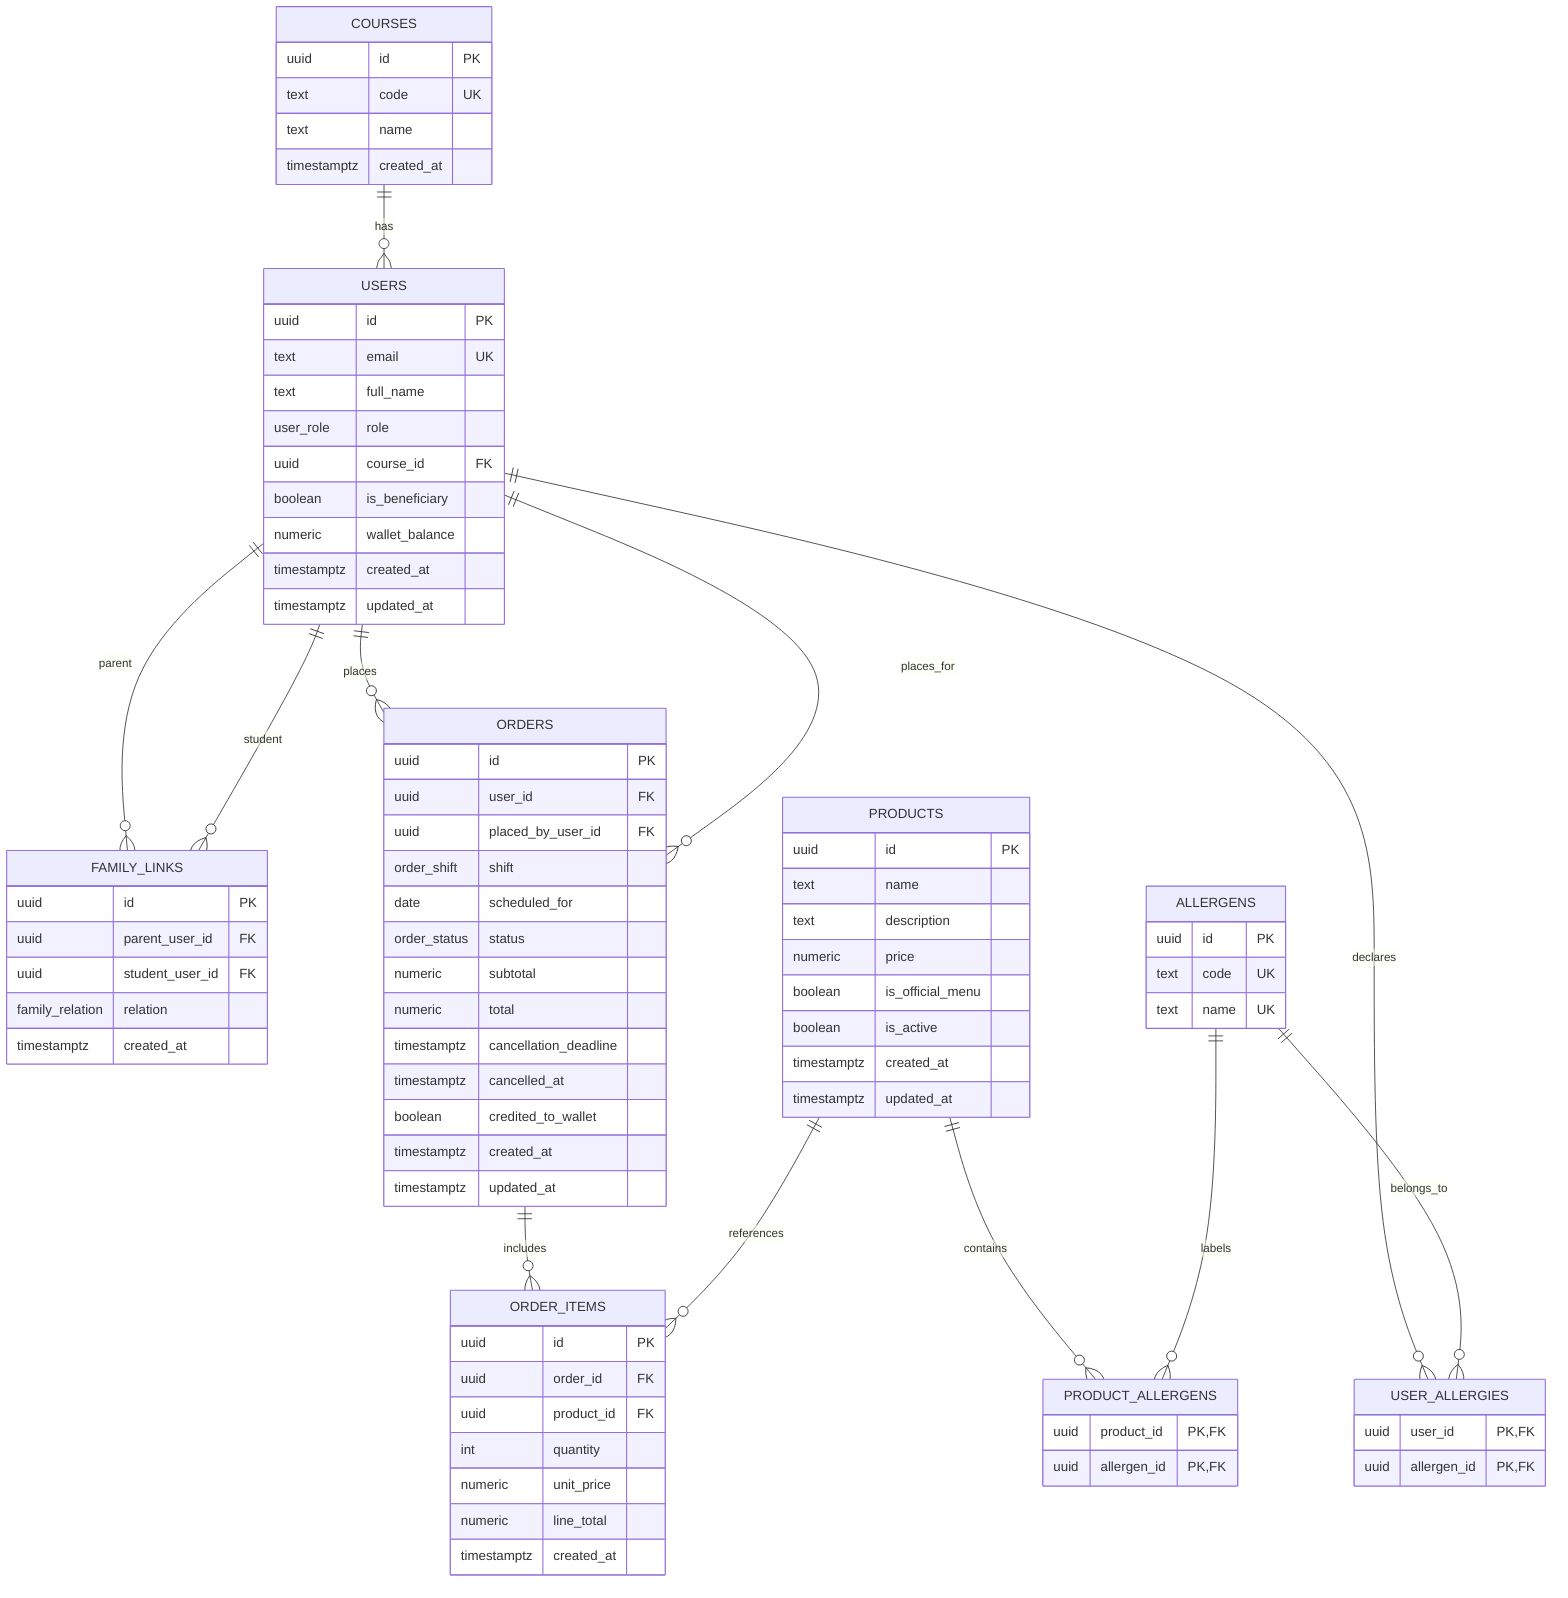
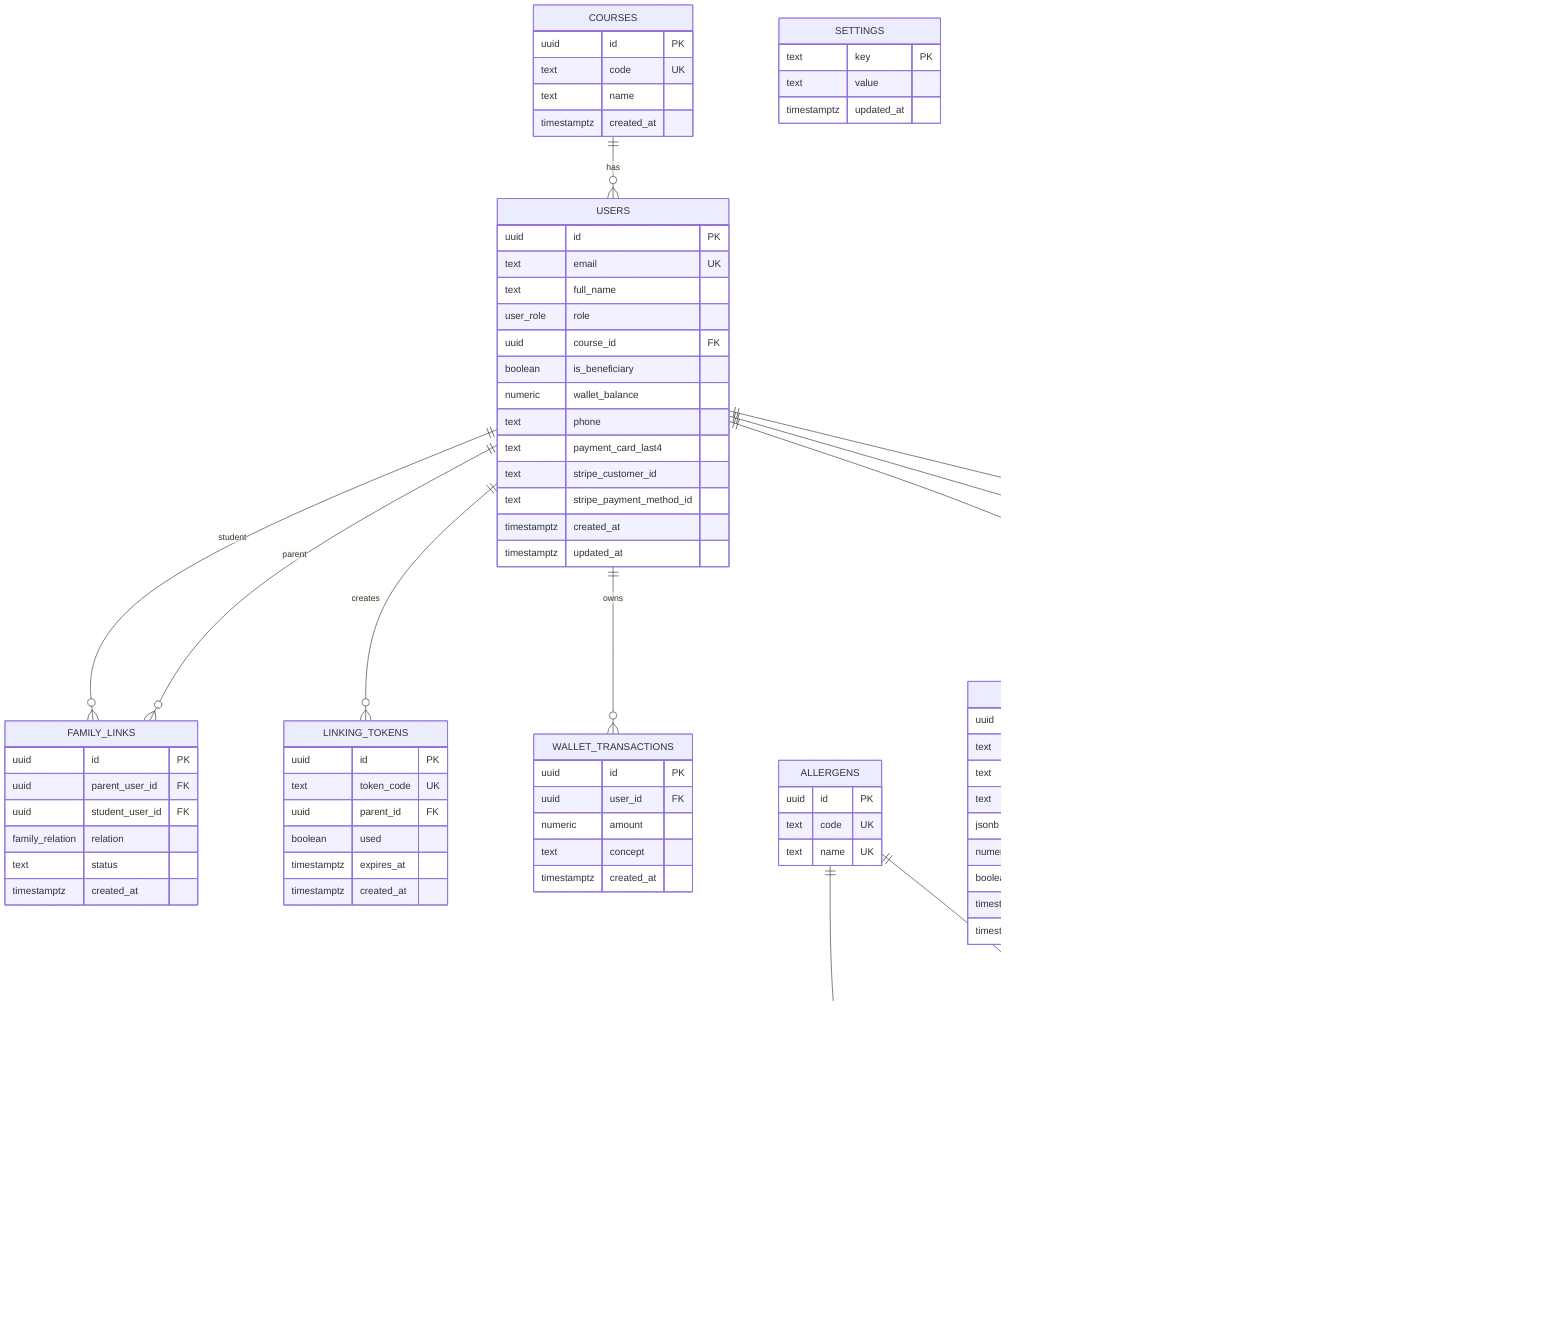
erDiagram
    COURSES ||--o{ USERS : has
    USERS ||--o{ FAMILY_LINKS : parent
    USERS ||--o{ FAMILY_LINKS : student
+     USERS ||--o{ LINKING_TOKENS : creates
+     USERS ||--o{ WALLET_TRANSACTIONS : owns
    USERS ||--o{ USER_ALLERGIES : declares
    ALLERGENS ||--o{ USER_ALLERGIES : belongs_to
    PRODUCTS ||--o{ PRODUCT_ALLERGENS : contains
    ALLERGENS ||--o{ PRODUCT_ALLERGENS : labels
-     USERS ||--o{ ORDERS : places
-     USERS ||--o{ ORDERS : places_for
+     USERS ||--o{ ORDERS : beneficiary
+     USERS ||--o{ ORDERS : placed_by
    ORDERS ||--o{ ORDER_ITEMS : includes
    PRODUCTS ||--o{ ORDER_ITEMS : references

    COURSES {
        uuid id PK
        text code UK
        text name
        timestamptz created_at
    }

    USERS {
        uuid id PK
        text email UK
        text full_name
        user_role role
        uuid course_id FK
        boolean is_beneficiary
        numeric wallet_balance
+         text phone
+         text payment_card_last4
+         text stripe_customer_id
+         text stripe_payment_method_id
        timestamptz created_at
        timestamptz updated_at
    }

    FAMILY_LINKS {
        uuid id PK
        uuid parent_user_id FK
        uuid student_user_id FK
        family_relation relation
+         text status
+         timestamptz created_at
+     }
+ 
+     LINKING_TOKENS {
+         uuid id PK
+         text token_code UK
+         uuid parent_id FK
+         boolean used
+         timestamptz expires_at
+         timestamptz created_at
+     }
+ 
+     WALLET_TRANSACTIONS {
+         uuid id PK
+         uuid user_id FK
+         numeric amount
+         text concept
        timestamptz created_at
    }

    PRODUCTS {
        uuid id PK
        text name
        text description
+         text image_url
+         jsonb product_info
        numeric price
-         boolean is_official_menu
        boolean is_active
        timestamptz created_at
        timestamptz updated_at
    }

    ALLERGENS {
        uuid id PK
        text code UK
        text name UK
    }

    PRODUCT_ALLERGENS {
        uuid product_id PK, FK
        uuid allergen_id PK, FK
    }

    USER_ALLERGIES {
        uuid user_id PK, FK
        uuid allergen_id PK, FK
    }

    ORDERS {
        uuid id PK
        uuid user_id FK
        uuid placed_by_user_id FK
        order_shift shift
        date scheduled_for
        order_status status
        numeric subtotal
        numeric total
        timestamptz cancellation_deadline
        timestamptz cancelled_at
        boolean credited_to_wallet
        timestamptz created_at
        timestamptz updated_at
    }

    ORDER_ITEMS {
        uuid id PK
        uuid order_id FK
        uuid product_id FK
        int quantity
        numeric unit_price
        numeric line_total
+         jsonb customization_json
+         text kitchen_note
        timestamptz created_at
    }
+ 
+     SETTINGS {
+         text key PK
+         text value
+         timestamptz updated_at
+     }
